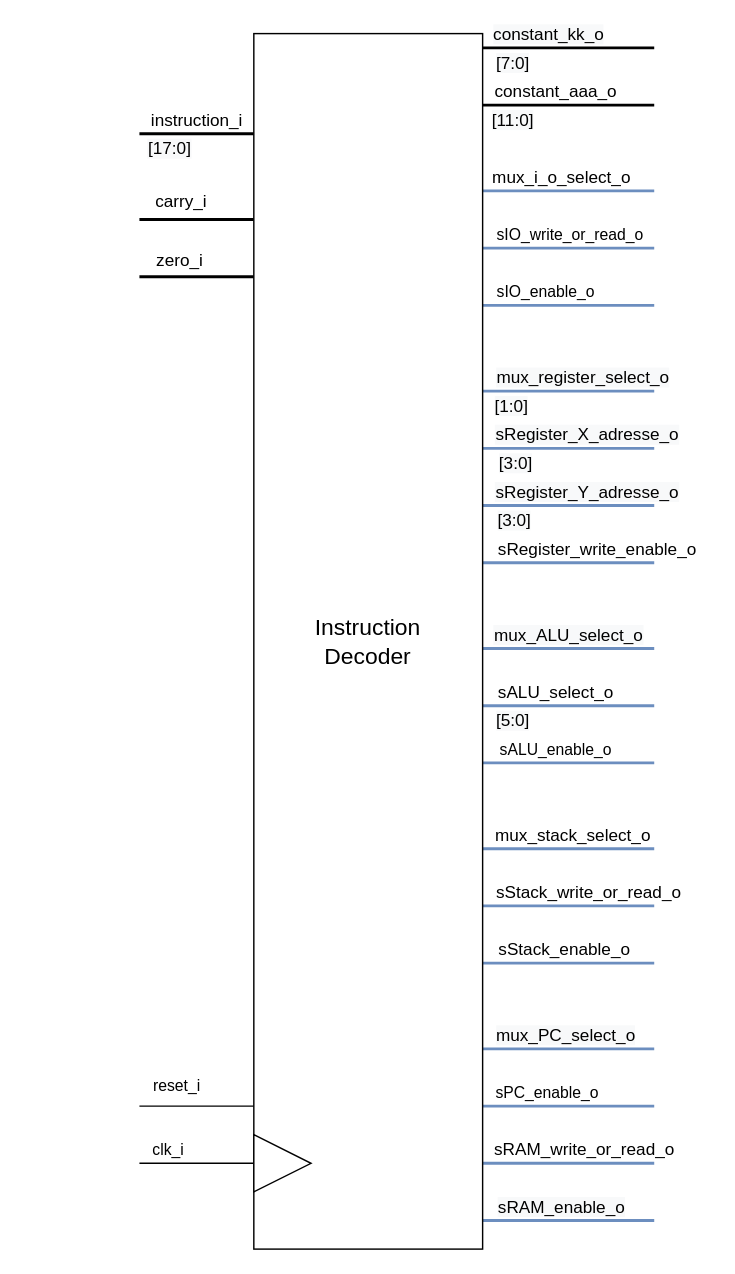
Earlier version of the draw.io diagram Blockbeschreibungen/ID_beschreibung.drawio (graefjk/RO2). Source tidied: cells renumbered, new cells numbered last; positions are measured from the earlier drawing's top-left corner, leaving out a move shared by most shapes. Both pictures are drawn from the tidied source at 143%, with x=0, y=0 at pixel (24, 33).
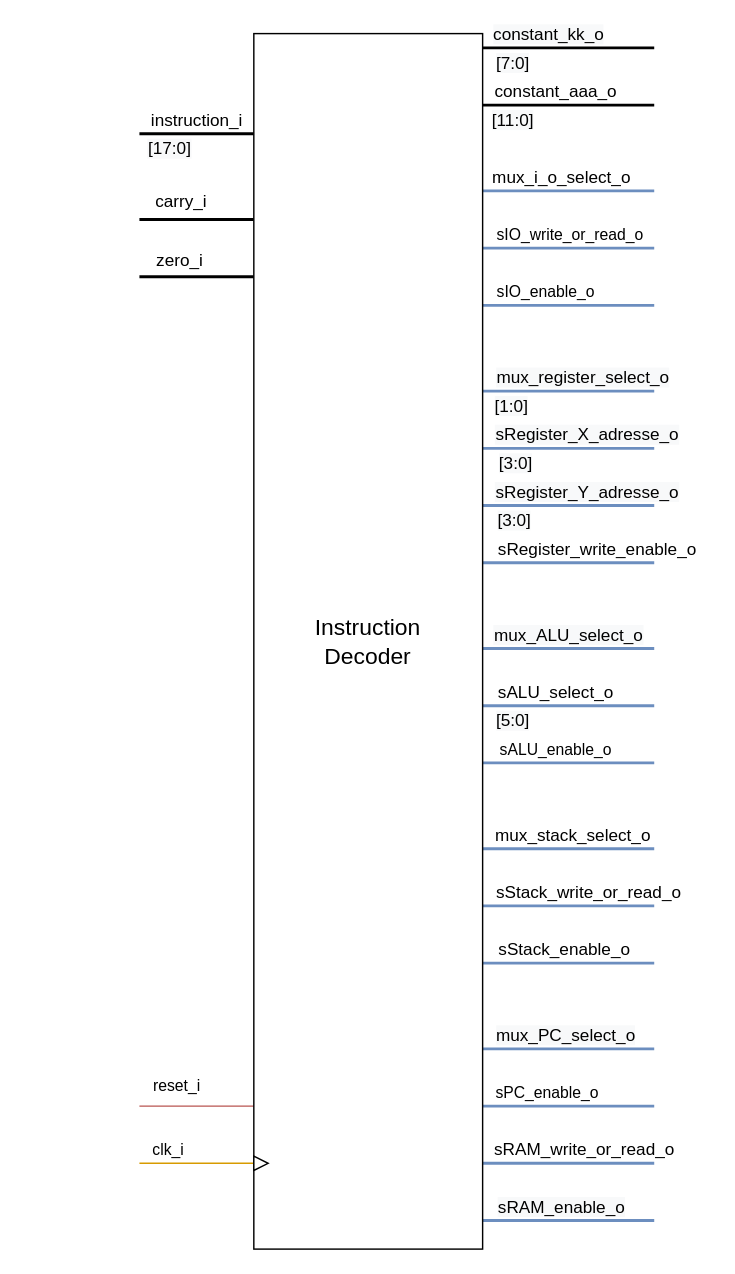
The same page after the edit.

The change refers to these unchanged cells:
```xml
<mxCell id="57" value="&lt;font style=&quot;font-size: 16px&quot;&gt;Instruction&lt;br&gt;Decoder&lt;/font&gt;" style="rounded=0;whiteSpace=wrap;html=1;" parent="1" vertex="1">
  <mxGeometry x="160" width="160" height="850" as="geometry" />
</mxCell>
```

The edit, as a diff of the source:
```diff
@@
-    <mxCell id="5" style="edgeStyle=orthogonalEdgeStyle;rounded=0;jettySize=auto;html=1;endArrow=none;endFill=0;strokeWidth=1;" parent="1" edge="1" source="57">
+    <mxCell id="5" style="edgeStyle=orthogonalEdgeStyle;rounded=0;jettySize=auto;html=1;endArrow=none;endFill=0;strokeWidth=1;fillColor=#f8cecc;strokeColor=#b85450;" parent="1" edge="1" source="57">
       <mxGeometry relative="1" as="geometry">
         <mxPoint x="80" y="750" as="targetPoint" />
         <Array as="points">
           <mxPoint x="100" y="750" />
           <mxPoint x="100" y="750" />
         </Array>
       </mxGeometry>
     </mxCell>
@@
-    <mxCell id="55" style="edgeStyle=orthogonalEdgeStyle;rounded=0;jettySize=auto;html=1;endArrow=none;endFill=0;" parent="1" edge="1" source="57">
+    <mxCell id="55" style="edgeStyle=orthogonalEdgeStyle;rounded=0;jettySize=auto;html=1;endArrow=none;endFill=0;fillColor=#ffe6cc;strokeColor=#d79b00;" parent="1" edge="1" source="57">
       <mxGeometry relative="1" as="geometry">
         <mxPoint x="80" y="790" as="targetPoint" />
         <Array as="points">
           <mxPoint x="140" y="790" />
           <mxPoint x="140" y="790" />
         </Array>
       </mxGeometry>
     </mxCell>
@@
     <mxCell id="59" style="triangle;whiteSpace=wrap;html=1;" parent="1" vertex="1">
-      <mxGeometry x="160" y="770" width="40" height="40" as="geometry" />
+      <mxGeometry x="160" y="785" width="10" height="10" as="geometry" />
     </mxCell>
```
